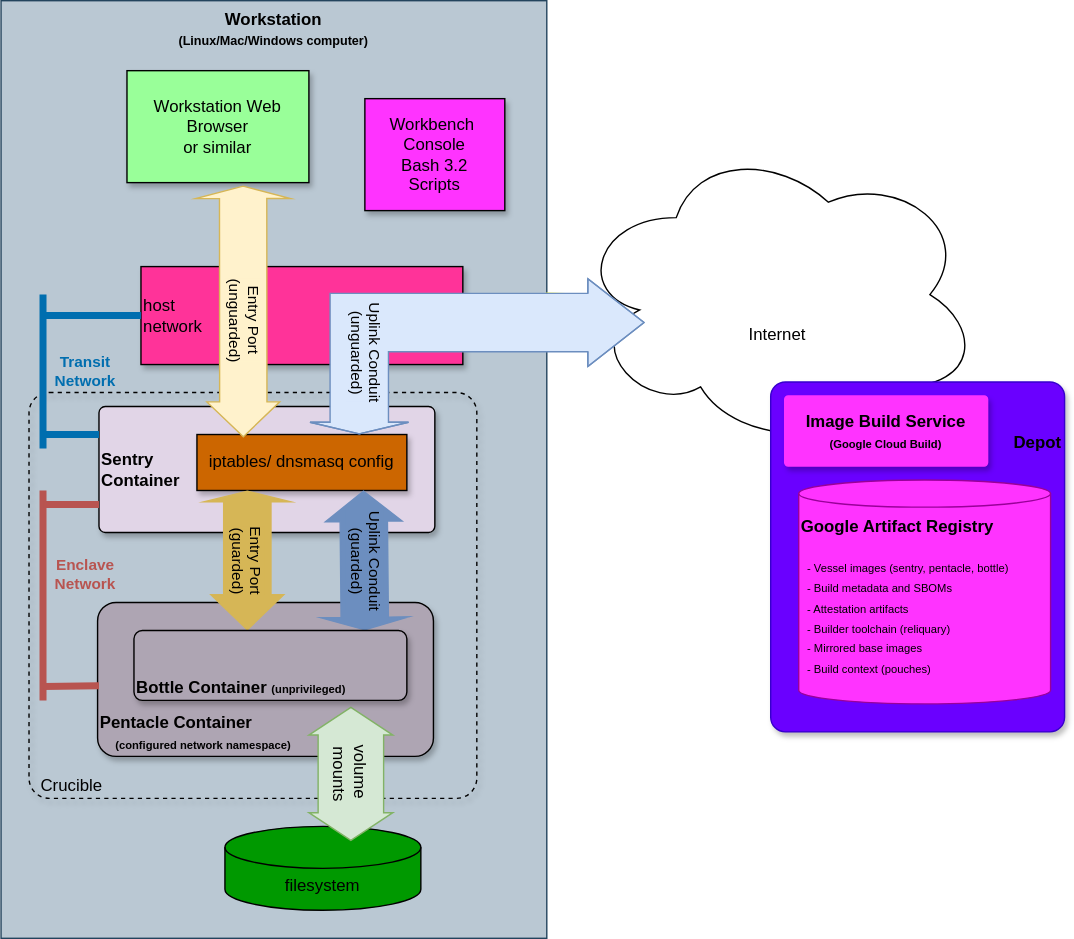
bhyslop/recipemuster keeps this draw.io diagram as rbm-abstract-drawio.svg. Above is the earlier version. Source tidied: cells renumbered, new cells last; positions are measured from the earlier drawing's top-left corner, leaving out a move shared by most shapes.
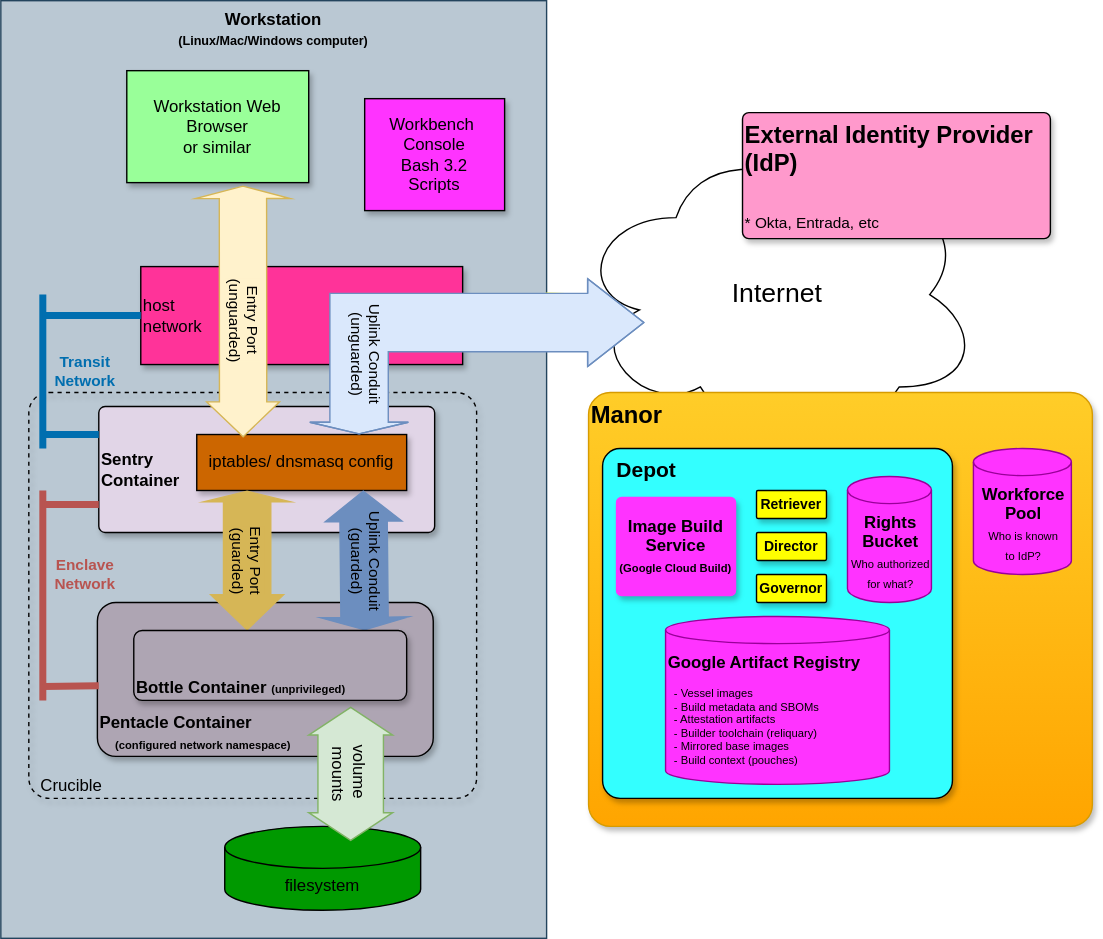
The same diagram one commit later.

Commit message:
jjb:1019-477615976:₢BsAAJ:n: Re-export abstract diagram with Manor boundary, External IdP, Workforce Pool, Terrier, and Mantle SA additions

The edit, as a diff of the source:
```diff
@@ -92,7 +92,7 @@
     <mxCell id="21" value="Bottle Container&amp;nbsp;&lt;span style=&quot;font-size: 8px; background-color: transparent;&quot;&gt;(unprivileged)&lt;/span&gt;" style="whiteSpace=wrap;html=1;rounded=1;glass=0;shadow=1;arcSize=12;align=left;verticalAlign=bottom;fillColor=#AEA5B3;strokeColor=#000000;fontStyle=1;fontColor=#000000;" parent="1" vertex="1">
       <mxGeometry x="95" y="450" width="195" height="50" as="geometry" />
     </mxCell>
-    <mxCell id="22" value="&lt;div&gt;&lt;span style=&quot;background-color: transparent; color: light-dark(rgb(0, 0, 0), rgb(255, 255, 255));&quot;&gt;Internet&lt;/span&gt;&lt;/div&gt;&lt;div&gt;&lt;span style=&quot;background-color: transparent; color: light-dark(rgb(0, 0, 0), rgb(255, 255, 255));&quot;&gt;&lt;br&gt;&lt;/span&gt;&lt;/div&gt;&lt;div&gt;&lt;span style=&quot;background-color: transparent; color: light-dark(rgb(0, 0, 0), rgb(255, 255, 255));&quot;&gt;&lt;br&gt;&lt;/span&gt;&lt;/div&gt;&lt;div&gt;&lt;span style=&quot;background-color: transparent; color: light-dark(rgb(0, 0, 0), rgb(255, 255, 255));&quot;&gt;&lt;br&gt;&lt;/span&gt;&lt;/div&gt;&lt;div&gt;&lt;span style=&quot;background-color: transparent; color: light-dark(rgb(0, 0, 0), rgb(255, 255, 255));&quot;&gt;&lt;br&gt;&lt;/span&gt;&lt;/div&gt;&lt;div&gt;&lt;span style=&quot;background-color: transparent; color: light-dark(rgb(0, 0, 0), rgb(255, 255, 255));&quot;&gt;&lt;br&gt;&lt;/span&gt;&lt;/div&gt;" style="ellipse;shape=cloud;whiteSpace=wrap;html=1;verticalAlign=bottom;" parent="1" vertex="1">
+    <mxCell id="22" value="&lt;div&gt;&lt;span style=&quot;background-color: transparent; color: light-dark(rgb(0, 0, 0), rgb(255, 255, 255));&quot;&gt;Internet&lt;/span&gt;&lt;/div&gt;" style="ellipse;shape=cloud;whiteSpace=wrap;html=1;verticalAlign=middle;fontSize=19;" parent="1" vertex="1">
       <mxGeometry x="410" y="100" width="290" height="220" as="geometry" />
     </mxCell>
     <mxCell id="23" value="Uplink Conduit&lt;div&gt;(unguarded)&lt;/div&gt;" style="shape=flexArrow;endArrow=classic;startArrow=classic;html=1;rounded=0;width=41.714285714285715;endSize=2.4238095238095236;startSize=13.060606060606062;endWidth=27.755102040816325;textDirection=vertical-rl;fillColor=#dae8fc;strokeColor=#6c8ebf;labelBackgroundColor=#DAE8FC;fontColor=#000000;" parent="1" edge="1">
@@ -107,17 +107,38 @@
     <mxCell id="24" value="Workbench&amp;nbsp;&lt;div&gt;Console&lt;/div&gt;&lt;div&gt;Bash 3.2&lt;/div&gt;&lt;div&gt;Scripts&lt;/div&gt;" style="whiteSpace=wrap;html=1;rounded=0;glass=0;shadow=1;arcSize=5;fillColor=#FF33FF;strokeColor=#000000;fontColor=#000000;" parent="1" vertex="1">
       <mxGeometry x="260" y="70" width="100" height="80" as="geometry" />
     </mxCell>
-    <mxCell id="25" style="group;" parent="1" vertex="1">
-      <mxGeometry x="550" y="272.5" width="210" height="250" as="geometry" />
-    </mxCell>
+    <mxCell id="29" value="Manor" style="whiteSpace=wrap;html=1;rounded=1;glass=0;shadow=1;arcSize=5;verticalAlign=top;align=left;fillColor=#ffcd28;strokeColor=#d79b00;fontStyle=1;gradientColor=#ffa500;fontColor=#000000;fontSize=17;" parent="1" vertex="1">
+      <mxGeometry x="420" y="280" width="360" height="310" as="geometry" />
+    </mxCell>
-    <mxCell id="26" value="&lt;div&gt;&lt;br&gt;&lt;/div&gt;&lt;div&gt;&lt;br&gt;&lt;/div&gt;&lt;div&gt;&lt;span style=&quot;background-color: transparent; color: light-dark(rgb(0, 0, 0), rgb(237, 237, 237));&quot;&gt;&amp;nbsp; Depot&lt;/span&gt;&lt;/div&gt;" style="whiteSpace=wrap;html=1;rounded=1;glass=0;shadow=1;arcSize=5;verticalAlign=top;align=right;fillColor=#6a00ff;strokeColor=#3700CC;fontStyle=1;fontColor=#ffffff;" parent="25" vertex="1">
-      <mxGeometry width="210" height="250" as="geometry" />
+    <mxCell id="26" value="&lt;div&gt;&lt;span style=&quot;background-color: transparent;&quot;&gt;&amp;nbsp; Depot&lt;/span&gt;&lt;/div&gt;" style="whiteSpace=wrap;html=1;rounded=1;glass=0;shadow=1;arcSize=5;verticalAlign=top;align=left;fontStyle=1;fillColor=#33FFFF;fontColor=#000000;fontSize=15;" parent="1" vertex="1">
+      <mxGeometry x="430" y="320" width="250" height="250" as="geometry" />
     </mxCell>
-    <mxCell id="27" value="&lt;font style=&quot;color: rgb(0, 0, 0);&quot;&gt;&lt;b&gt;Google Artifact&amp;nbsp;&lt;/b&gt;&lt;b style=&quot;background-color: transparent;&quot;&gt;Registry&lt;/b&gt;&lt;/font&gt;&lt;div&gt;&lt;br&gt;&lt;div&gt;&lt;span style=&quot;font-size: 8px;&quot;&gt;&amp;nbsp; - Vessel images (sentry, pentacle, bottle)&lt;/span&gt;&lt;/div&gt;&lt;div&gt;&lt;span style=&quot;font-size: 8px;&quot;&gt;&amp;nbsp; - Build metadata and SBOMs&lt;/span&gt;&lt;/div&gt;&lt;div&gt;&lt;span style=&quot;font-size: 8px;&quot;&gt;&amp;nbsp; - Attestation artifacts&lt;/span&gt;&lt;/div&gt;&lt;div&gt;&lt;span style=&quot;font-size: 8px;&quot;&gt;&amp;nbsp; - Builder toolchain (reliquary)&lt;/span&gt;&lt;/div&gt;&lt;div&gt;&lt;span style=&quot;font-size: 8px;&quot;&gt;&amp;nbsp; - Mirrored base images&lt;/span&gt;&lt;/div&gt;&lt;div&gt;&lt;span style=&quot;font-size: 8px;&quot;&gt;&amp;nbsp; - Build context (pouches)&lt;/span&gt;&lt;/div&gt;&lt;/div&gt;" style="shape=cylinder3;whiteSpace=wrap;html=1;boundedLbl=1;backgroundOutline=1;size=9.705882352941245;fillColor=light-dark(#FF33FF, #e1d5e7);fontColor=#000000;strokeColor=#990099;verticalAlign=top;align=left;" parent="25" vertex="1">
-      <mxGeometry x="20" y="70" width="180" height="160" as="geometry" />
+    <mxCell id="27" value="&lt;font style=&quot;color: rgb(0, 0, 0);&quot;&gt;&lt;b&gt;Google Artifact&amp;nbsp;&lt;/b&gt;&lt;b style=&quot;background-color: transparent;&quot;&gt;Registry&lt;/b&gt;&lt;/font&gt;&lt;div style=&quot;line-height: 80%;&quot;&gt;&lt;br&gt;&lt;div&gt;&lt;span style=&quot;font-size: 8px; line-height: 80%;&quot;&gt;&amp;nbsp; - Vessel images&lt;/span&gt;&lt;/div&gt;&lt;div&gt;&lt;span style=&quot;font-size: 8px; line-height: 80%;&quot;&gt;&amp;nbsp; - Build metadata and SBOMs&lt;/span&gt;&lt;/div&gt;&lt;div&gt;&lt;span style=&quot;font-size: 8px; line-height: 80%;&quot;&gt;&amp;nbsp; - Attestation artifacts&lt;/span&gt;&lt;/div&gt;&lt;div&gt;&lt;span style=&quot;font-size: 8px; line-height: 80%;&quot;&gt;&amp;nbsp; - Builder toolchain (reliquary)&lt;/span&gt;&lt;/div&gt;&lt;div&gt;&lt;span style=&quot;font-size: 8px; line-height: 80%;&quot;&gt;&amp;nbsp; - Mirrored base images&lt;/span&gt;&lt;/div&gt;&lt;div&gt;&lt;span style=&quot;font-size: 8px; line-height: 80%;&quot;&gt;&amp;nbsp; - Build context (pouches)&lt;/span&gt;&lt;/div&gt;&lt;/div&gt;" style="shape=cylinder3;whiteSpace=wrap;html=1;boundedLbl=1;backgroundOutline=1;size=9.705882352941245;fillColor=light-dark(#FF33FF, #e1d5e7);fontColor=#000000;strokeColor=#990099;verticalAlign=top;align=left;" parent="1" vertex="1">
+      <mxGeometry x="475" y="440" width="160" height="120" as="geometry" />
     </mxCell>
-    <mxCell id="28" value="&lt;span style=&quot;background-color: transparent;&quot;&gt;Image Build Service&lt;/span&gt;&lt;div&gt;&lt;span style=&quot;font-size: 8px;&quot;&gt;(Google Cloud Build)&lt;/span&gt;&lt;/div&gt;" style="whiteSpace=wrap;html=1;rounded=1;glass=0;shadow=1;arcSize=5;verticalAlign=middle;align=center;fillColor=#FF33FF;strokeColor=#FF33FF;fontStyle=1;fontColor=#000000;" parent="25" vertex="1">
-      <mxGeometry x="10" y="10" width="145" height="50" as="geometry" />
+    <mxCell id="28" value="&lt;span style=&quot;background-color: transparent;&quot;&gt;Image Build Service&lt;/span&gt;&lt;div&gt;&lt;span style=&quot;font-size: 8px;&quot;&gt;(Google Cloud Build)&lt;/span&gt;&lt;/div&gt;" style="whiteSpace=wrap;html=1;rounded=1;glass=0;shadow=1;arcSize=5;verticalAlign=middle;align=center;fillColor=#FF33FF;strokeColor=#FF33FF;fontStyle=1;fontColor=#000000;" parent="1" vertex="1">
+      <mxGeometry x="440" y="355" width="85" height="70" as="geometry" />
     </mxCell>
+    <mxCell id="30" value="&lt;div style=&quot;text-align: center;&quot;&gt;&lt;b style=&quot;color: rgb(0, 0, 0); background-color: transparent;&quot;&gt;Workforce Pool&lt;/b&gt;&lt;/div&gt;&lt;div style=&quot;text-align: center;&quot;&gt;&lt;span style=&quot;font-size: 8px; background-color: transparent;&quot;&gt;&lt;font style=&quot;color: rgb(0, 0, 0); line-height: 40%;&quot;&gt;Who is known&lt;br&gt;to IdP?&lt;/font&gt;&lt;/span&gt;&lt;/div&gt;" style="shape=cylinder3;whiteSpace=wrap;html=1;boundedLbl=1;backgroundOutline=1;size=9.705882352941245;fillColor=light-dark(#FF33FF, #e1d5e7);fontColor=#000000;strokeColor=#990099;verticalAlign=top;align=left;" parent="1" vertex="1">
+      <mxGeometry x="695" y="320" width="70" height="90" as="geometry" />
+    </mxCell>
+    <mxCell id="31" value="&lt;div style=&quot;text-align: center;&quot;&gt;&lt;b style=&quot;color: rgb(0, 0, 0); background-color: transparent;&quot;&gt;Rights Bucket&lt;/b&gt;&lt;/div&gt;&lt;div style=&quot;text-align: center;&quot;&gt;&lt;span style=&quot;font-size: 8px; background-color: transparent;&quot;&gt;&lt;font style=&quot;color: rgb(0, 0, 0); line-height: 3.2px;&quot;&gt;Who authorized for what?&lt;/font&gt;&lt;/span&gt;&lt;/div&gt;" style="shape=cylinder3;whiteSpace=wrap;html=1;boundedLbl=1;backgroundOutline=1;size=9.705882352941245;fillColor=light-dark(#FF33FF, #e1d5e7);fontColor=#000000;strokeColor=#990099;verticalAlign=top;align=left;" parent="1" vertex="1">
+      <mxGeometry x="605" y="340" width="60" height="90" as="geometry" />
+    </mxCell>
+    <mxCell id="32" style="group;" parent="1" vertex="1">
+      <mxGeometry x="540" y="350" width="50" height="80" as="geometry" />
+    </mxCell>
+    <mxCell id="33" value="Retriever" style="whiteSpace=wrap;html=1;rounded=1;glass=0;shadow=1;arcSize=5;verticalAlign=middle;align=center;fillColor=#FFFF00;strokeColor=#000000;fontStyle=1;fontColor=#000000;fontSize=10;" parent="32" vertex="1">
+      <mxGeometry width="50" height="20" as="geometry" />
+    </mxCell>
+    <mxCell id="34" value="Director" style="whiteSpace=wrap;html=1;rounded=1;glass=0;shadow=1;arcSize=5;verticalAlign=middle;align=center;fillColor=#FFFF00;strokeColor=#000000;fontStyle=1;fontColor=#000000;fontSize=10;" parent="32" vertex="1">
+      <mxGeometry y="30" width="50" height="20" as="geometry" />
+    </mxCell>
+    <mxCell id="35" value="Governor" style="whiteSpace=wrap;html=1;rounded=1;glass=0;shadow=1;arcSize=5;verticalAlign=middle;align=center;fillColor=#FFFF00;strokeColor=#000000;fontStyle=1;fontColor=#000000;fontSize=10;" parent="32" vertex="1">
+      <mxGeometry y="60" width="50" height="20" as="geometry" />
+    </mxCell>
+    <mxCell id="36" value="External Identity Provider (IdP)&lt;div&gt;&lt;br&gt;&lt;/div&gt;&lt;div&gt;&lt;font style=&quot;font-size: 11px; font-weight: normal;&quot;&gt;* Okta, Entrada, etc&lt;/font&gt;&lt;/div&gt;" style="whiteSpace=wrap;html=1;rounded=1;glass=0;shadow=1;arcSize=5;verticalAlign=top;align=left;fontStyle=1;fontSize=17;fillColor=#FF99CC;fontColor=#000000;" parent="1" vertex="1">
+      <mxGeometry x="530" y="80" width="220" height="90" as="geometry" />
+    </mxCell>
   </root>
 </mxGraphModel>
```
